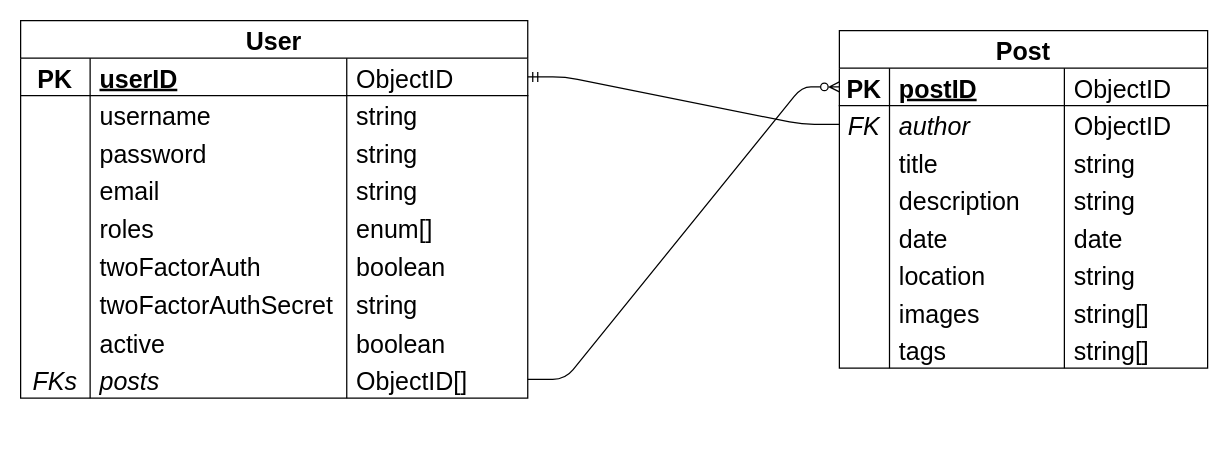
Above: _resources/ERD.drawio in ubcdsci/ubcdsci_website_ts (draw.io), before the change. Source tidied: cells renumbered, new cells numbered last; positions are measured from the earlier drawing's top-left corner, leaving out a move shared by most shapes. Both pictures are drawn from the tidied source at 125%, with x=0, y=0 at pixel (20, 20).
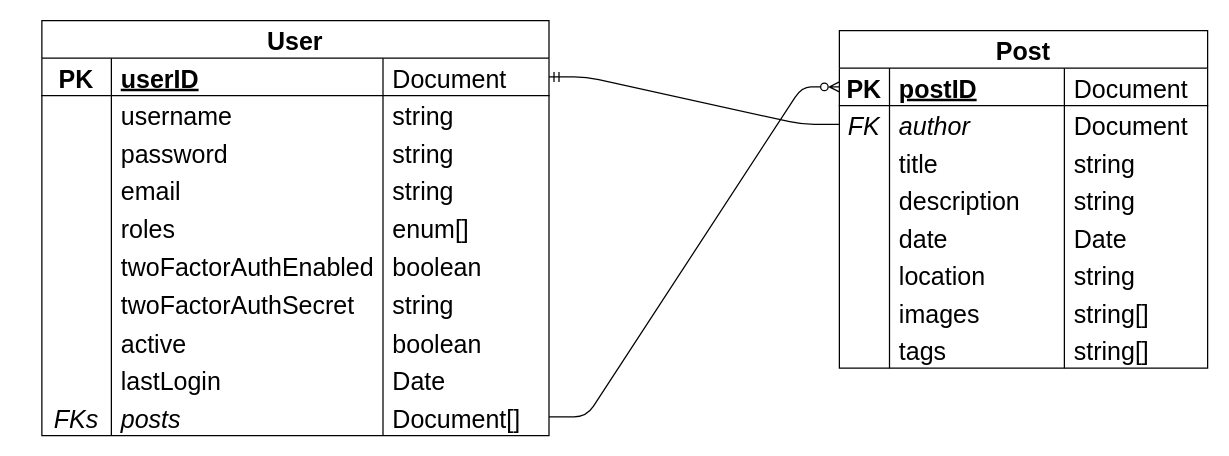
After the change.

Unchanged cells that the change refers to:
```xml
<mxCell id="3" style="shape=tableRow;horizontal=0;startSize=0;swimlaneHead=0;swimlaneBody=0;fillColor=none;points=[[0,0.5],[1,0.5]];portConstraint=eastwest;top=0;left=0;right=0;bottom=1;fontSize=20;" parent="2" vertex="1">
  <mxGeometry y="30" width="405.7" height="30" as="geometry" />
</mxCell>
<mxCell id="7" style="shape=tableRow;horizontal=0;startSize=0;swimlaneHead=0;swimlaneBody=0;fillColor=none;top=0;left=0;right=0;bottom=0;fontSize=20;" parent="2" vertex="1">
  <mxGeometry y="60" width="405.7" height="30" as="geometry" />
</mxCell>
<mxCell id="11" style="shape=tableRow;horizontal=0;startSize=0;swimlaneHead=0;swimlaneBody=0;fillColor=none;top=0;left=0;right=0;bottom=0;fontSize=20;" parent="2" vertex="1">
  <mxGeometry y="90" width="405.7" height="30" as="geometry" />
</mxCell>
<mxCell id="15" style="shape=tableRow;horizontal=0;startSize=0;swimlaneHead=0;swimlaneBody=0;fillColor=none;top=0;left=0;right=0;bottom=0;fontSize=20;" parent="2" vertex="1">
  <mxGeometry y="120" width="405.7" height="30" as="geometry" />
</mxCell>
<mxCell id="19" style="shape=tableRow;horizontal=0;startSize=0;swimlaneHead=0;swimlaneBody=0;fillColor=none;top=0;left=0;right=0;bottom=0;fontSize=20;" parent="2" vertex="1">
  <mxGeometry y="150" width="405.7" height="30" as="geometry" />
</mxCell>
<mxCell id="23" style="shape=tableRow;horizontal=0;startSize=0;swimlaneHead=0;swimlaneBody=0;fillColor=none;top=0;left=0;right=0;bottom=0;fontSize=20;" parent="2" vertex="1">
  <mxGeometry y="180" width="405.7" height="31" as="geometry" />
</mxCell>
<mxCell id="27" style="shape=tableRow;horizontal=0;startSize=0;swimlaneHead=0;swimlaneBody=0;fillColor=none;top=0;left=0;right=0;bottom=0;fontSize=20;" parent="2" vertex="1">
  <mxGeometry y="211" width="405.7" height="31" as="geometry" />
</mxCell>
<mxCell id="31" style="shape=tableRow;horizontal=0;startSize=0;swimlaneHead=0;swimlaneBody=0;fillColor=none;top=0;left=0;right=0;bottom=0;fontSize=20;" parent="2" vertex="1">
  <mxGeometry y="242" width="405.7" height="30" as="geometry" />
</mxCell>
<mxCell id="40" style="shape=tableRow;horizontal=0;startSize=0;swimlaneHead=0;swimlaneBody=0;fillColor=none;points=[[0,0.5],[1,0.5]];portConstraint=eastwest;top=0;left=0;right=0;bottom=1;fontSize=20;" parent="39" vertex="1">
  <mxGeometry y="30" width="294.6" height="30" as="geometry" />
</mxCell>
<mxCell id="44" style="shape=tableRow;horizontal=0;startSize=0;swimlaneHead=0;swimlaneBody=0;fillColor=none;points=[[0,0.5],[1,0.5]];portConstraint=eastwest;top=0;left=0;right=0;bottom=0;fontSize=20;fontStyle=2;" parent="39" vertex="1">
  <mxGeometry y="60" width="294.6" height="30" as="geometry" />
</mxCell>
<mxCell id="56" style="shape=tableRow;horizontal=0;startSize=0;swimlaneHead=0;swimlaneBody=0;fillColor=none;top=0;left=0;right=0;bottom=0;fontSize=20;" parent="39" vertex="1">
  <mxGeometry y="150" width="294.6" height="30" as="geometry" />
</mxCell>
```

Change to the diagram source:
```diff
@@
     <mxCell id="2" value="User" style="shape=table;startSize=30;childLayout=tableLayout;rowLines=0;fontStyle=1;align=center;fontSize=20;" parent="1" vertex="1">
-      <mxGeometry width="405.7" height="302" as="geometry" />
+      <mxGeometry x="17" width="405.7" height="332" as="geometry" />
     </mxCell>
@@
     <mxCell id="5" value="userID" style="shape=partialRectangle;fillColor=none;top=0;left=0;bottom=0;right=0;align=left;spacingLeft=6;fontStyle=5;overflow=hidden;fontSize=20;" parent="3" vertex="1">
-      <mxGeometry x="55.6" width="205.3" height="30" as="geometry" />
+      <mxGeometry x="55.6" width="217.3" height="30" as="geometry" />
     </mxCell>
-    <mxCell id="6" value="ObjectID" style="shape=partialRectangle;fillColor=none;top=0;left=0;bottom=0;right=0;align=left;spacingLeft=6;fontStyle=0;overflow=hidden;fontSize=20;" parent="3" vertex="1">
-      <mxGeometry x="260.9" width="144.8" height="30" as="geometry" />
+    <mxCell id="6" value="Document" style="shape=partialRectangle;fillColor=none;top=0;left=0;bottom=0;right=0;align=left;spacingLeft=6;fontStyle=0;overflow=hidden;fontSize=20;" parent="3" vertex="1">
+      <mxGeometry x="272.9" width="132.7" height="30" as="geometry" />
     </mxCell>
@@
     <mxCell id="9" value="username" style="shape=partialRectangle;fillColor=none;top=0;left=0;bottom=0;right=0;align=left;spacingLeft=6;overflow=hidden;fontSize=20;" parent="7" vertex="1">
-      <mxGeometry x="55.6" width="205.3" height="30" as="geometry" />
+      <mxGeometry x="55.6" width="217.3" height="30" as="geometry" />
     </mxCell>
     <mxCell id="10" value="string" style="shape=partialRectangle;fillColor=none;top=0;left=0;bottom=0;right=0;align=left;spacingLeft=6;overflow=hidden;fontSize=20;" parent="7" vertex="1">
-      <mxGeometry x="260.9" width="144.8" height="30" as="geometry" />
+      <mxGeometry x="272.9" width="132.7" height="30" as="geometry" />
     </mxCell>
@@
     <mxCell id="13" value="password" style="shape=partialRectangle;fillColor=none;top=0;left=0;bottom=0;right=0;align=left;spacingLeft=6;overflow=hidden;fontSize=20;" parent="11" vertex="1">
-      <mxGeometry x="55.6" width="205.3" height="30" as="geometry" />
+      <mxGeometry x="55.6" width="217.3" height="30" as="geometry" />
     </mxCell>
     <mxCell id="14" value="string" style="shape=partialRectangle;fillColor=none;top=0;left=0;bottom=0;right=0;align=left;spacingLeft=6;overflow=hidden;fontSize=20;" parent="11" vertex="1">
-      <mxGeometry x="260.9" width="144.8" height="30" as="geometry" />
+      <mxGeometry x="272.9" width="132.7" height="30" as="geometry" />
     </mxCell>
@@
     <mxCell id="17" value="email" style="shape=partialRectangle;fillColor=none;top=0;left=0;bottom=0;right=0;align=left;spacingLeft=6;overflow=hidden;fontSize=20;" parent="15" vertex="1">
-      <mxGeometry x="55.6" width="205.3" height="30" as="geometry" />
+      <mxGeometry x="55.6" width="217.3" height="30" as="geometry" />
     </mxCell>
     <mxCell id="18" value="string" style="shape=partialRectangle;fillColor=none;top=0;left=0;bottom=0;right=0;align=left;spacingLeft=6;overflow=hidden;fontSize=20;" parent="15" vertex="1">
-      <mxGeometry x="260.9" width="144.8" height="30" as="geometry" />
+      <mxGeometry x="272.9" width="132.7" height="30" as="geometry" />
     </mxCell>
@@
     <mxCell id="21" value="roles" style="shape=partialRectangle;fillColor=none;top=0;left=0;bottom=0;right=0;align=left;spacingLeft=6;overflow=hidden;fontSize=20;" parent="19" vertex="1">
-      <mxGeometry x="55.6" width="205.3" height="30" as="geometry" />
+      <mxGeometry x="55.6" width="217.3" height="30" as="geometry" />
     </mxCell>
     <mxCell id="22" value="enum[]" style="shape=partialRectangle;fillColor=none;top=0;left=0;bottom=0;right=0;align=left;spacingLeft=6;overflow=hidden;fontSize=20;" parent="19" vertex="1">
-      <mxGeometry x="260.9" width="144.8" height="30" as="geometry" />
+      <mxGeometry x="272.9" width="132.7" height="30" as="geometry" />
     </mxCell>
@@
-    <mxCell id="25" value="twoFactorAuth" style="shape=partialRectangle;fillColor=none;top=0;left=0;bottom=0;right=0;align=left;spacingLeft=6;overflow=hidden;fontSize=20;" parent="23" vertex="1">
-      <mxGeometry x="55.6" width="205.3" height="31" as="geometry" />
+    <mxCell id="25" value="twoFactorAuthEnabled" style="shape=partialRectangle;fillColor=none;top=0;left=0;bottom=0;right=0;align=left;spacingLeft=6;overflow=hidden;fontSize=20;" parent="23" vertex="1">
+      <mxGeometry x="55.6" width="217.3" height="31" as="geometry" />
     </mxCell>
     <mxCell id="26" value="boolean" style="shape=partialRectangle;fillColor=none;top=0;left=0;bottom=0;right=0;align=left;spacingLeft=6;overflow=hidden;fontSize=20;" parent="23" vertex="1">
-      <mxGeometry x="260.9" width="144.8" height="31" as="geometry" />
+      <mxGeometry x="272.9" width="132.7" height="31" as="geometry" />
     </mxCell>
@@
     <mxCell id="29" value="twoFactorAuthSecret" style="shape=partialRectangle;fillColor=none;top=0;left=0;bottom=0;right=0;align=left;spacingLeft=6;overflow=hidden;fontSize=20;" parent="27" vertex="1">
-      <mxGeometry x="55.6" width="205.3" height="31" as="geometry" />
+      <mxGeometry x="55.6" width="217.3" height="31" as="geometry" />
     </mxCell>
     <mxCell id="30" value="string" style="shape=partialRectangle;fillColor=none;top=0;left=0;bottom=0;right=0;align=left;spacingLeft=6;overflow=hidden;fontSize=20;" parent="27" vertex="1">
-      <mxGeometry x="260.9" width="144.8" height="31" as="geometry" />
+      <mxGeometry x="272.9" width="132.7" height="31" as="geometry" />
     </mxCell>
@@
     <mxCell id="33" value="active" style="shape=partialRectangle;fillColor=none;top=0;left=0;bottom=0;right=0;align=left;spacingLeft=6;overflow=hidden;fontSize=20;" parent="31" vertex="1">
-      <mxGeometry x="55.6" width="205.3" height="30" as="geometry" />
+      <mxGeometry x="55.6" width="217.3" height="30" as="geometry" />
     </mxCell>
     <mxCell id="34" value="boolean" style="shape=partialRectangle;fillColor=none;top=0;left=0;bottom=0;right=0;align=left;spacingLeft=6;overflow=hidden;fontSize=20;" parent="31" vertex="1">
-      <mxGeometry x="260.9" width="144.8" height="30" as="geometry" />
+      <mxGeometry x="272.9" width="132.7" height="30" as="geometry" />
     </mxCell>
+    <mxCell id="74" style="shape=tableRow;horizontal=0;startSize=0;swimlaneHead=0;swimlaneBody=0;fillColor=none;top=0;left=0;right=0;bottom=0;fontSize=20;" parent="2" vertex="1">
+      <mxGeometry y="272" width="405.7" height="30" as="geometry" />
+    </mxCell>
+    <mxCell id="75" style="shape=partialRectangle;fillColor=none;top=0;left=0;bottom=0;right=0;overflow=hidden;fontSize=20;" parent="74" vertex="1">
+      <mxGeometry width="55.6" height="30" as="geometry" />
+    </mxCell>
+    <mxCell id="76" value="lastLogin" style="shape=partialRectangle;fillColor=none;top=0;left=0;bottom=0;right=0;align=left;spacingLeft=6;overflow=hidden;fontSize=20;" parent="74" vertex="1">
+      <mxGeometry x="55.6" width="217.3" height="30" as="geometry" />
+    </mxCell>
+    <mxCell id="77" value="Date" style="shape=partialRectangle;fillColor=none;top=0;left=0;bottom=0;right=0;align=left;spacingLeft=6;overflow=hidden;fontSize=20;" parent="74" vertex="1">
+      <mxGeometry x="272.9" width="132.7" height="30" as="geometry" />
+    </mxCell>
     <mxCell id="35" style="shape=tableRow;horizontal=0;startSize=0;swimlaneHead=0;swimlaneBody=0;fillColor=none;points=[[0,0.5],[1,0.5]];portConstraint=eastwest;top=0;left=0;right=0;bottom=0;fontSize=20;" parent="2" vertex="1">
-      <mxGeometry y="272" width="405.7" height="30" as="geometry" />
+      <mxGeometry y="302" width="405.7" height="30" as="geometry" />
     </mxCell>
@@
     <mxCell id="37" value="posts" style="shape=partialRectangle;fillColor=none;top=0;left=0;bottom=0;right=0;align=left;spacingLeft=6;overflow=hidden;fontSize=20;fontStyle=2;" parent="35" vertex="1">
-      <mxGeometry x="55.6" width="205.3" height="30" as="geometry" />
+      <mxGeometry x="55.6" width="217.3" height="30" as="geometry" />
     </mxCell>
-    <mxCell id="38" value="ObjectID[]" style="shape=partialRectangle;fillColor=none;top=0;left=0;bottom=0;right=0;align=left;spacingLeft=6;overflow=hidden;fontSize=20;" parent="35" vertex="1">
-      <mxGeometry x="260.9" width="144.8" height="30" as="geometry" />
+    <mxCell id="38" value="Document[]" style="shape=partialRectangle;fillColor=none;top=0;left=0;bottom=0;right=0;align=left;spacingLeft=6;overflow=hidden;fontSize=20;" parent="35" vertex="1">
+      <mxGeometry x="272.9" width="132.7" height="30" as="geometry" />
     </mxCell>
@@
-    <mxCell id="43" value="ObjectID" style="shape=partialRectangle;fillColor=none;top=0;left=0;bottom=0;right=0;align=left;spacingLeft=6;fontStyle=0;overflow=hidden;fontSize=20;" parent="40" vertex="1">
+    <mxCell id="43" value="Document" style="shape=partialRectangle;fillColor=none;top=0;left=0;bottom=0;right=0;align=left;spacingLeft=6;fontStyle=0;overflow=hidden;fontSize=20;" parent="40" vertex="1">
       <mxGeometry x="180" width="114.6" height="30" as="geometry" />
     </mxCell>
@@
-    <mxCell id="47" value="ObjectID" style="shape=partialRectangle;fillColor=none;top=0;left=0;bottom=0;right=0;align=left;spacingLeft=6;overflow=hidden;fontSize=20;" parent="44" vertex="1">
+    <mxCell id="47" value="Document" style="shape=partialRectangle;fillColor=none;top=0;left=0;bottom=0;right=0;align=left;spacingLeft=6;overflow=hidden;fontSize=20;" parent="44" vertex="1">
       <mxGeometry x="180" width="114.6" height="30" as="geometry" />
     </mxCell>
@@
-    <mxCell id="59" value="date" style="shape=partialRectangle;fillColor=none;top=0;left=0;bottom=0;right=0;align=left;spacingLeft=6;overflow=hidden;fontSize=20;" parent="56" vertex="1">
+    <mxCell id="59" value="Date" style="shape=partialRectangle;fillColor=none;top=0;left=0;bottom=0;right=0;align=left;spacingLeft=6;overflow=hidden;fontSize=20;" parent="56" vertex="1">
       <mxGeometry x="180" width="114.6" height="30" as="geometry" />
     </mxCell>
```
